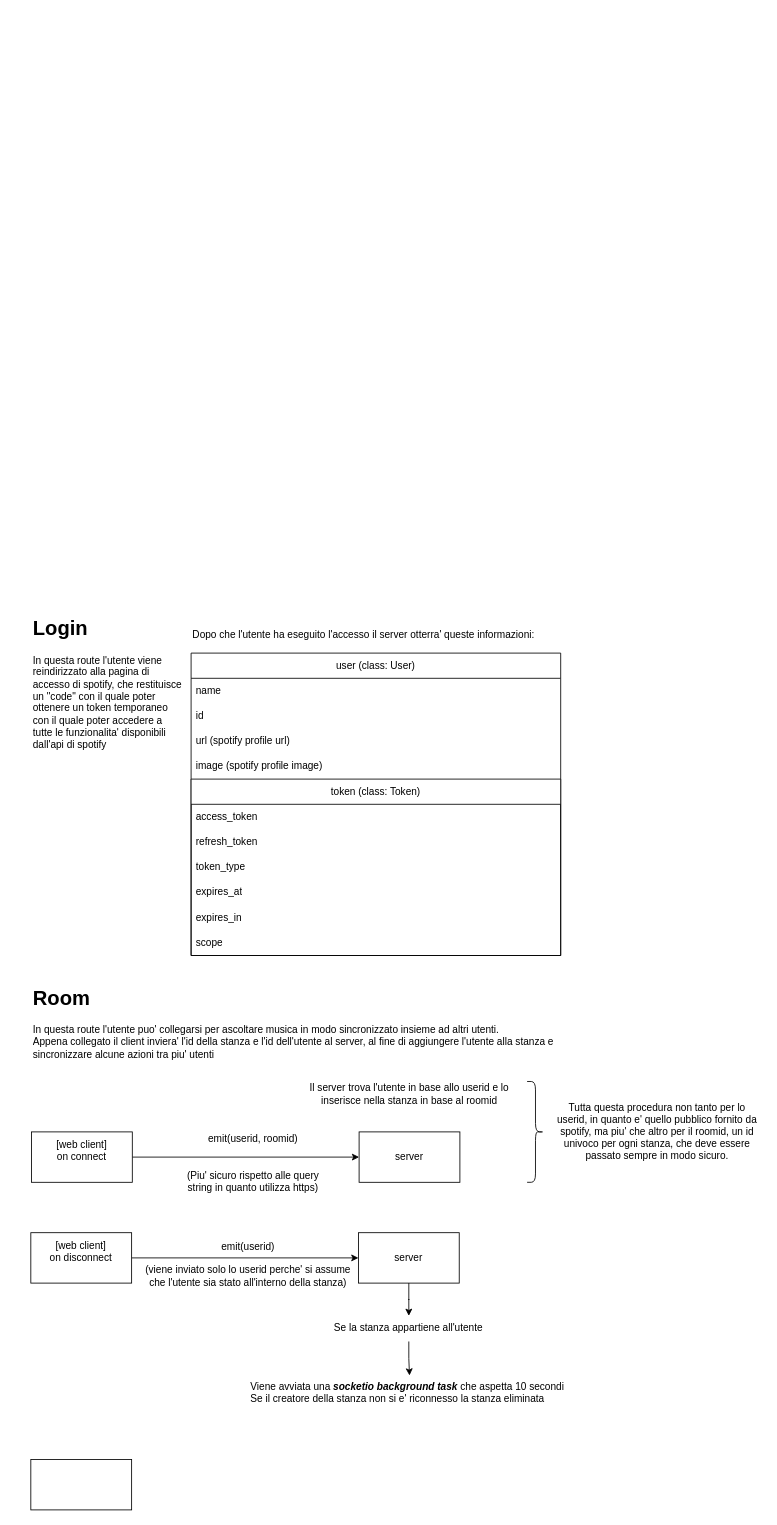
The draw.io diagram dev/media/room-how-it-works.drawio in GitGinocchio/Syncify, before the edit. Source tidied: cells renumbered, new cells numbered last; positions are measured from the earlier drawing's top-left corner, leaving out a move shared by most shapes. Both pictures are drawn from the tidied source at 84%, with x=0, y=0 at pixel (30, 611).
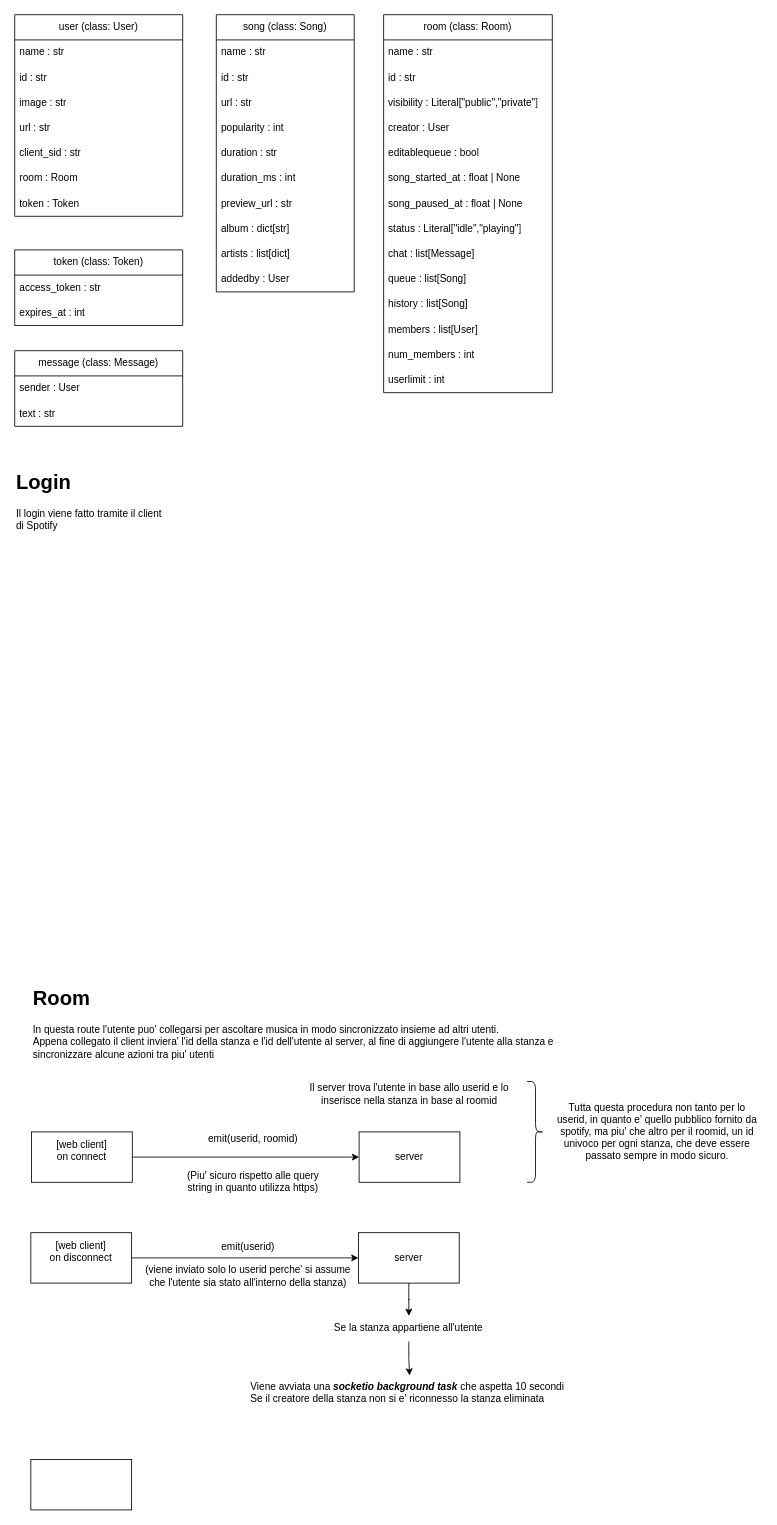
The same page after the edit.

What changed in the source:
```diff
@@
-    <mxCell id="9" value="&lt;h1 style=&quot;margin-top: 0px;&quot;&gt;Login&lt;/h1&gt;&lt;div&gt;In questa route l'utente viene reindirizzato alla pagina di accesso di spotify, che restituisce un &quot;code&quot; con il quale poter ottenere un token temporaneo con il quale poter accedere a tutte le funzionalita' disponibili dall'api di spotify&lt;br&gt;&lt;/div&gt;" style="text;html=1;whiteSpace=wrap;overflow=hidden;rounded=0;" parent="1" vertex="1">
-      <mxGeometry x="1" width="180" height="170" as="geometry" />
+    <mxCell id="9" value="&lt;h1 style=&quot;margin-top: 0px;&quot;&gt;Login&lt;/h1&gt;&lt;div&gt;Il login viene fatto tramite il client di Spotify&lt;/div&gt;" style="text;html=1;whiteSpace=wrap;overflow=hidden;rounded=0;" parent="1" vertex="1">
+      <mxGeometry x="-19" y="-174" width="180" height="170" as="geometry" />
     </mxCell>
     <mxCell id="10" value="user (class: User)" style="swimlane;fontStyle=0;horizontal=1;startSize=30;whiteSpace=wrap;html=1;" parent="1" vertex="1">
-      <mxGeometry x="191" y="50" width="440" height="360" as="geometry" />
+      <mxGeometry x="-19" y="-710" width="200" height="240" as="geometry" />
     </mxCell>
-    <mxCell id="11" value="name" style="text;strokeColor=none;fillColor=none;align=left;verticalAlign=middle;spacingLeft=4;spacingRight=4;overflow=hidden;whiteSpace=wrap;html=1;" parent="10" vertex="1">
-      <mxGeometry y="30" width="440" height="30" as="geometry" />
-    </mxCell>
-    <mxCell id="12" value="id" style="text;strokeColor=none;fillColor=none;align=left;verticalAlign=middle;spacingLeft=4;spacingRight=4;overflow=hidden;whiteSpace=wrap;html=1;" parent="10" vertex="1">
-      <mxGeometry y="60" width="440" height="30" as="geometry" />
-    </mxCell>
-    <mxCell id="13" value="url (spotify profile url)" style="text;strokeColor=none;fillColor=none;align=left;verticalAlign=middle;spacingLeft=4;spacingRight=4;overflow=hidden;whiteSpace=wrap;html=1;" parent="10" vertex="1">
-      <mxGeometry y="90" width="440" height="30" as="geometry" />
-    </mxCell>
+    <mxCell id="33" value="name : str" style="text;strokeColor=none;fillColor=none;align=left;verticalAlign=middle;spacingLeft=4;spacingRight=4;overflow=hidden;whiteSpace=wrap;html=1;" parent="10" vertex="1">
+      <mxGeometry y="30" width="200" height="30" as="geometry" />
+    </mxCell>
+    <mxCell id="34" value="id : str" style="text;strokeColor=none;fillColor=none;align=left;verticalAlign=middle;spacingLeft=4;spacingRight=4;overflow=hidden;whiteSpace=wrap;html=1;" parent="10" vertex="1">
+      <mxGeometry y="60" width="200" height="30" as="geometry" />
+    </mxCell>
-    <mxCell id="14" value="image (spotify profile image)" style="text;strokeColor=none;fillColor=none;align=left;verticalAlign=middle;spacingLeft=4;spacingRight=4;overflow=hidden;whiteSpace=wrap;html=1;" parent="10" vertex="1">
-      <mxGeometry y="120" width="440" height="30" as="geometry" />
+    <mxCell id="14" value="image : str" style="text;strokeColor=none;fillColor=none;align=left;verticalAlign=middle;spacingLeft=4;spacingRight=4;overflow=hidden;whiteSpace=wrap;html=1;" parent="10" vertex="1">
+      <mxGeometry y="90" width="200" height="30" as="geometry" />
     </mxCell>
-    <mxCell id="15" value="token (class: Token)" style="swimlane;fontStyle=0;horizontal=1;startSize=30;whiteSpace=wrap;html=1;" parent="10" vertex="1">
-      <mxGeometry y="150" width="440" height="210" as="geometry" />
-    </mxCell>
-    <mxCell id="16" value="access_token" style="text;strokeColor=none;fillColor=none;align=left;verticalAlign=middle;spacingLeft=4;spacingRight=4;overflow=hidden;whiteSpace=wrap;html=1;" parent="15" vertex="1">
-      <mxGeometry y="30" width="440" height="30" as="geometry" />
-    </mxCell>
-    <mxCell id="17" value="refresh_token" style="text;strokeColor=none;fillColor=none;align=left;verticalAlign=middle;spacingLeft=4;spacingRight=4;overflow=hidden;whiteSpace=wrap;html=1;" parent="15" vertex="1">
-      <mxGeometry y="60" width="440" height="30" as="geometry" />
-    </mxCell>
-    <mxCell id="18" value="token_type" style="text;strokeColor=none;fillColor=none;align=left;verticalAlign=middle;spacingLeft=4;spacingRight=4;overflow=hidden;whiteSpace=wrap;html=1;" parent="15" vertex="1">
-      <mxGeometry y="90" width="440" height="30" as="geometry" />
-    </mxCell>
-    <mxCell id="19" value="expires_at" style="text;strokeColor=none;fillColor=none;align=left;verticalAlign=middle;spacingLeft=4;spacingRight=4;overflow=hidden;whiteSpace=wrap;html=1;" parent="15" vertex="1">
-      <mxGeometry y="120" width="440" height="30" as="geometry" />
-    </mxCell>
-    <mxCell id="20" value="expires_in" style="text;strokeColor=none;fillColor=none;align=left;verticalAlign=middle;spacingLeft=4;spacingRight=4;overflow=hidden;whiteSpace=wrap;html=1;" parent="15" vertex="1">
-      <mxGeometry y="150" width="440" height="30" as="geometry" />
-    </mxCell>
-    <mxCell id="21" value="scope" style="text;strokeColor=none;fillColor=none;align=left;verticalAlign=middle;spacingLeft=4;spacingRight=4;overflow=hidden;whiteSpace=wrap;html=1;" parent="15" vertex="1">
-      <mxGeometry y="180" width="440" height="30" as="geometry" />
-    </mxCell>
-    <mxCell id="22" value="Dopo che l'utente ha eseguito l'accesso il server otterra' queste informazioni:&amp;nbsp;" style="text;html=1;align=left;verticalAlign=middle;whiteSpace=wrap;rounded=0;" parent="1" vertex="1">
-      <mxGeometry x="191" y="14" width="440" height="30" as="geometry" />
-    </mxCell>
+    <mxCell id="35" value="url : str" style="text;strokeColor=none;fillColor=none;align=left;verticalAlign=middle;spacingLeft=4;spacingRight=4;overflow=hidden;whiteSpace=wrap;html=1;" parent="10" vertex="1">
+      <mxGeometry y="120" width="200" height="30" as="geometry" />
+    </mxCell>
+    <mxCell id="36" value="client_sid : str" style="text;strokeColor=none;fillColor=none;align=left;verticalAlign=middle;spacingLeft=4;spacingRight=4;overflow=hidden;whiteSpace=wrap;html=1;" parent="10" vertex="1">
+      <mxGeometry y="150" width="200" height="30" as="geometry" />
+    </mxCell>
+    <mxCell id="37" value="room : Room&amp;nbsp;" style="text;strokeColor=none;fillColor=none;align=left;verticalAlign=middle;spacingLeft=4;spacingRight=4;overflow=hidden;whiteSpace=wrap;html=1;" parent="10" vertex="1">
+      <mxGeometry y="180" width="200" height="30" as="geometry" />
+    </mxCell>
+    <mxCell id="38" value="token : Token" style="text;strokeColor=none;fillColor=none;align=left;verticalAlign=middle;spacingLeft=4;spacingRight=4;overflow=hidden;whiteSpace=wrap;html=1;" parent="10" vertex="1">
+      <mxGeometry y="210" width="200" height="30" as="geometry" />
+    </mxCell>
@@
+    <mxCell id="39" value="room (class: Room)" style="swimlane;fontStyle=0;horizontal=1;startSize=30;whiteSpace=wrap;html=1;" parent="1" vertex="1">
+      <mxGeometry x="420.2" y="-710" width="200.8" height="450" as="geometry" />
+    </mxCell>
+    <mxCell id="40" value="name : str" style="text;strokeColor=none;fillColor=none;align=left;verticalAlign=middle;spacingLeft=4;spacingRight=4;overflow=hidden;whiteSpace=wrap;html=1;" parent="39" vertex="1">
+      <mxGeometry y="30" width="200.8" height="30" as="geometry" />
+    </mxCell>
+    <mxCell id="41" value="id : str" style="text;strokeColor=none;fillColor=none;align=left;verticalAlign=middle;spacingLeft=4;spacingRight=4;overflow=hidden;whiteSpace=wrap;html=1;" parent="39" vertex="1">
+      <mxGeometry y="60" width="200.8" height="30" as="geometry" />
+    </mxCell>
+    <mxCell id="42" value="visibility : Literal[&quot;public&quot;,&quot;private&quot;]" style="text;strokeColor=none;fillColor=none;align=left;verticalAlign=middle;spacingLeft=4;spacingRight=4;overflow=hidden;whiteSpace=wrap;html=1;" parent="39" vertex="1">
+      <mxGeometry y="90" width="200.8" height="30" as="geometry" />
+    </mxCell>
+    <mxCell id="43" value="creator : User" style="text;strokeColor=none;fillColor=none;align=left;verticalAlign=middle;spacingLeft=4;spacingRight=4;overflow=hidden;whiteSpace=wrap;html=1;" parent="39" vertex="1">
+      <mxGeometry y="120" width="200.8" height="30" as="geometry" />
+    </mxCell>
+    <mxCell id="44" value="editablequeue : bool" style="text;strokeColor=none;fillColor=none;align=left;verticalAlign=middle;spacingLeft=4;spacingRight=4;overflow=hidden;whiteSpace=wrap;html=1;" parent="39" vertex="1">
+      <mxGeometry y="150" width="200.8" height="30" as="geometry" />
+    </mxCell>
+    <mxCell id="45" value="song_started_at : float | None" style="text;strokeColor=none;fillColor=none;align=left;verticalAlign=middle;spacingLeft=4;spacingRight=4;overflow=hidden;whiteSpace=wrap;html=1;" parent="39" vertex="1">
+      <mxGeometry y="180" width="200.8" height="30" as="geometry" />
+    </mxCell>
+    <mxCell id="46" value="song_paused_at : float | None" style="text;strokeColor=none;fillColor=none;align=left;verticalAlign=middle;spacingLeft=4;spacingRight=4;overflow=hidden;whiteSpace=wrap;html=1;" parent="39" vertex="1">
+      <mxGeometry y="210" width="200.8" height="30" as="geometry" />
+    </mxCell>
+    <mxCell id="47" value="status : Literal[&quot;idle&quot;,&quot;playing&quot;]" style="text;strokeColor=none;fillColor=none;align=left;verticalAlign=middle;spacingLeft=4;spacingRight=4;overflow=hidden;whiteSpace=wrap;html=1;" parent="39" vertex="1">
+      <mxGeometry y="240" width="200.8" height="30" as="geometry" />
+    </mxCell>
+    <mxCell id="48" value="chat : list[Message]" style="text;strokeColor=none;fillColor=none;align=left;verticalAlign=middle;spacingLeft=4;spacingRight=4;overflow=hidden;whiteSpace=wrap;html=1;" parent="39" vertex="1">
+      <mxGeometry y="270" width="200.8" height="30" as="geometry" />
+    </mxCell>
+    <mxCell id="49" value="queue : list[Song]" style="text;strokeColor=none;fillColor=none;align=left;verticalAlign=middle;spacingLeft=4;spacingRight=4;overflow=hidden;whiteSpace=wrap;html=1;" parent="39" vertex="1">
+      <mxGeometry y="300" width="200.8" height="30" as="geometry" />
+    </mxCell>
+    <mxCell id="50" value="history : list[Song]" style="text;strokeColor=none;fillColor=none;align=left;verticalAlign=middle;spacingLeft=4;spacingRight=4;overflow=hidden;whiteSpace=wrap;html=1;" parent="39" vertex="1">
+      <mxGeometry y="330" width="200.8" height="30" as="geometry" />
+    </mxCell>
+    <mxCell id="51" value="members : list[User]" style="text;strokeColor=none;fillColor=none;align=left;verticalAlign=middle;spacingLeft=4;spacingRight=4;overflow=hidden;whiteSpace=wrap;html=1;" parent="39" vertex="1">
+      <mxGeometry y="360" width="200.8" height="30" as="geometry" />
+    </mxCell>
+    <mxCell id="52" value="num_members : int" style="text;strokeColor=none;fillColor=none;align=left;verticalAlign=middle;spacingLeft=4;spacingRight=4;overflow=hidden;whiteSpace=wrap;html=1;" parent="39" vertex="1">
+      <mxGeometry y="390" width="200.8" height="30" as="geometry" />
+    </mxCell>
+    <mxCell id="53" value="userlimit : int" style="text;strokeColor=none;fillColor=none;align=left;verticalAlign=middle;spacingLeft=4;spacingRight=4;overflow=hidden;whiteSpace=wrap;html=1;" parent="39" vertex="1">
+      <mxGeometry y="420" width="200.8" height="30" as="geometry" />
+    </mxCell>
+    <mxCell id="15" value="token (class: Token)" style="swimlane;fontStyle=0;horizontal=1;startSize=30;whiteSpace=wrap;html=1;" parent="1" vertex="1">
+      <mxGeometry x="-19" y="-430" width="200" height="90" as="geometry" />
+    </mxCell>
+    <mxCell id="54" value="access_token : str" style="text;strokeColor=none;fillColor=none;align=left;verticalAlign=middle;spacingLeft=4;spacingRight=4;overflow=hidden;whiteSpace=wrap;html=1;" parent="15" vertex="1">
+      <mxGeometry y="30" width="200" height="30" as="geometry" />
+    </mxCell>
+    <mxCell id="55" value="expires_at : int" style="text;strokeColor=none;fillColor=none;align=left;verticalAlign=middle;spacingLeft=4;spacingRight=4;overflow=hidden;whiteSpace=wrap;html=1;" parent="15" vertex="1">
+      <mxGeometry y="60" width="200" height="30" as="geometry" />
+    </mxCell>
+    <mxCell id="56" value="song (class: Song)" style="swimlane;fontStyle=0;horizontal=1;startSize=30;whiteSpace=wrap;html=1;" parent="1" vertex="1">
+      <mxGeometry x="221" y="-710" width="164.2" height="330" as="geometry" />
+    </mxCell>
+    <mxCell id="11" value="name : str" style="text;strokeColor=none;fillColor=none;align=left;verticalAlign=middle;spacingLeft=4;spacingRight=4;overflow=hidden;whiteSpace=wrap;html=1;" parent="56" vertex="1">
+      <mxGeometry y="30" width="164.2" height="30" as="geometry" />
+    </mxCell>
+    <mxCell id="12" value="id : str" style="text;strokeColor=none;fillColor=none;align=left;verticalAlign=middle;spacingLeft=4;spacingRight=4;overflow=hidden;whiteSpace=wrap;html=1;" parent="56" vertex="1">
+      <mxGeometry y="60" width="164.2" height="30" as="geometry" />
+    </mxCell>
+    <mxCell id="57" value="url : str" style="text;strokeColor=none;fillColor=none;align=left;verticalAlign=middle;spacingLeft=4;spacingRight=4;overflow=hidden;whiteSpace=wrap;html=1;" parent="56" vertex="1">
+      <mxGeometry y="90" width="164.2" height="30" as="geometry" />
+    </mxCell>
+    <mxCell id="58" value="popularity : int" style="text;strokeColor=none;fillColor=none;align=left;verticalAlign=middle;spacingLeft=4;spacingRight=4;overflow=hidden;whiteSpace=wrap;html=1;" parent="56" vertex="1">
+      <mxGeometry y="120" width="164.2" height="30" as="geometry" />
+    </mxCell>
+    <mxCell id="59" value="duration : str" style="text;strokeColor=none;fillColor=none;align=left;verticalAlign=middle;spacingLeft=4;spacingRight=4;overflow=hidden;whiteSpace=wrap;html=1;" parent="56" vertex="1">
+      <mxGeometry y="150" width="164.2" height="30" as="geometry" />
+    </mxCell>
+    <mxCell id="60" value="duration_ms : int" style="text;strokeColor=none;fillColor=none;align=left;verticalAlign=middle;spacingLeft=4;spacingRight=4;overflow=hidden;whiteSpace=wrap;html=1;" parent="56" vertex="1">
+      <mxGeometry y="180" width="164.2" height="30" as="geometry" />
+    </mxCell>
+    <mxCell id="61" value="preview_url : str" style="text;strokeColor=none;fillColor=none;align=left;verticalAlign=middle;spacingLeft=4;spacingRight=4;overflow=hidden;whiteSpace=wrap;html=1;" parent="56" vertex="1">
+      <mxGeometry y="210" width="164.2" height="30" as="geometry" />
+    </mxCell>
+    <mxCell id="62" value="album : dict[str]" style="text;strokeColor=none;fillColor=none;align=left;verticalAlign=middle;spacingLeft=4;spacingRight=4;overflow=hidden;whiteSpace=wrap;html=1;" parent="56" vertex="1">
+      <mxGeometry y="240" width="164.2" height="30" as="geometry" />
+    </mxCell>
+    <mxCell id="63" value="artists : list[dict]" style="text;strokeColor=none;fillColor=none;align=left;verticalAlign=middle;spacingLeft=4;spacingRight=4;overflow=hidden;whiteSpace=wrap;html=1;" parent="56" vertex="1">
+      <mxGeometry y="270" width="164.2" height="30" as="geometry" />
+    </mxCell>
+    <mxCell id="64" value="addedby : User" style="text;strokeColor=none;fillColor=none;align=left;verticalAlign=middle;spacingLeft=4;spacingRight=4;overflow=hidden;whiteSpace=wrap;html=1;" parent="56" vertex="1">
+      <mxGeometry y="300" width="164.2" height="30" as="geometry" />
+    </mxCell>
+    <mxCell id="65" value="message (class: Message)" style="swimlane;fontStyle=0;horizontal=1;startSize=30;whiteSpace=wrap;html=1;" parent="1" vertex="1">
+      <mxGeometry x="-19" y="-310" width="200" height="90" as="geometry" />
+    </mxCell>
+    <mxCell id="66" value="sender : User" style="text;strokeColor=none;fillColor=none;align=left;verticalAlign=middle;spacingLeft=4;spacingRight=4;overflow=hidden;whiteSpace=wrap;html=1;" parent="65" vertex="1">
+      <mxGeometry y="30" width="200" height="30" as="geometry" />
+    </mxCell>
+    <mxCell id="67" value="text : str" style="text;strokeColor=none;fillColor=none;align=left;verticalAlign=middle;spacingLeft=4;spacingRight=4;overflow=hidden;whiteSpace=wrap;html=1;" parent="65" vertex="1">
+      <mxGeometry y="60" width="200" height="30" as="geometry" />
+    </mxCell>
```
